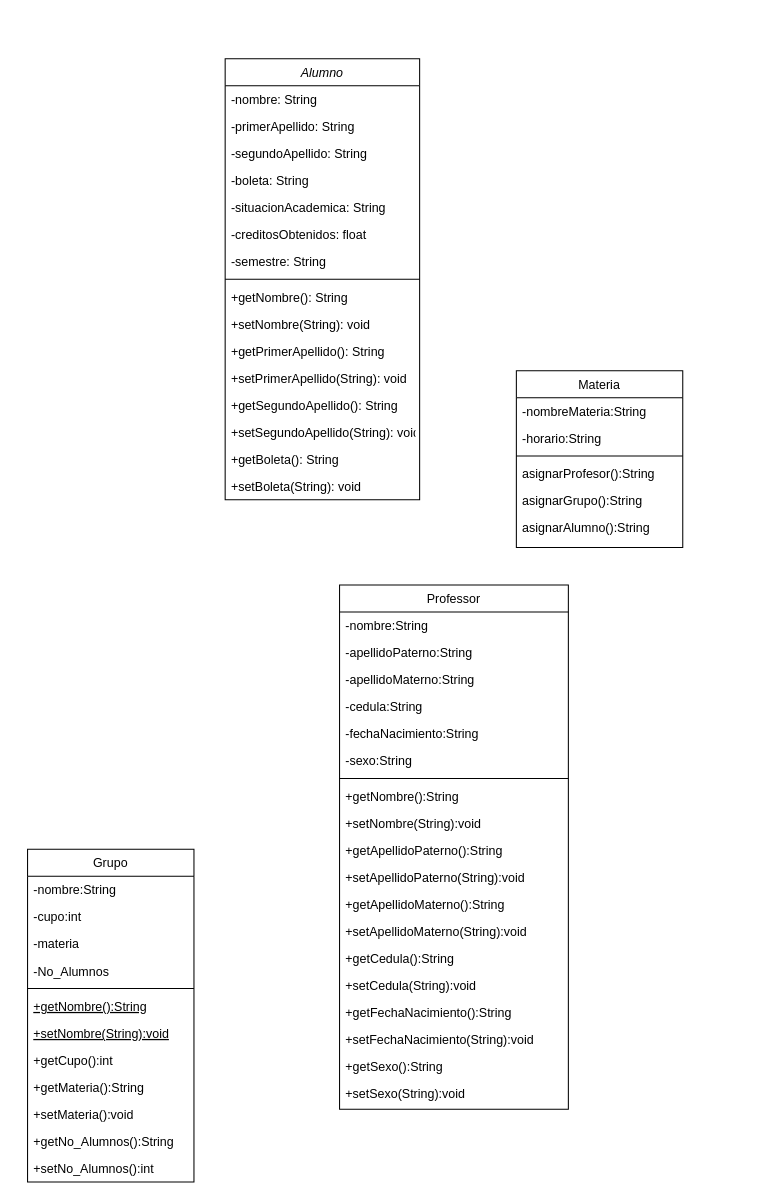
Earlier version of the draw.io diagram diagramaPrincipal.drawio (a2772/J-001-ProyectosCurso). Source tidied: cells renumbered, new cells numbered last; positions are measured from the earlier drawing's top-left corner, leaving out a move shared by most shapes. Both pictures are drawn from the tidied source at 104%, with x=0, y=0 at pixel (27, 58).
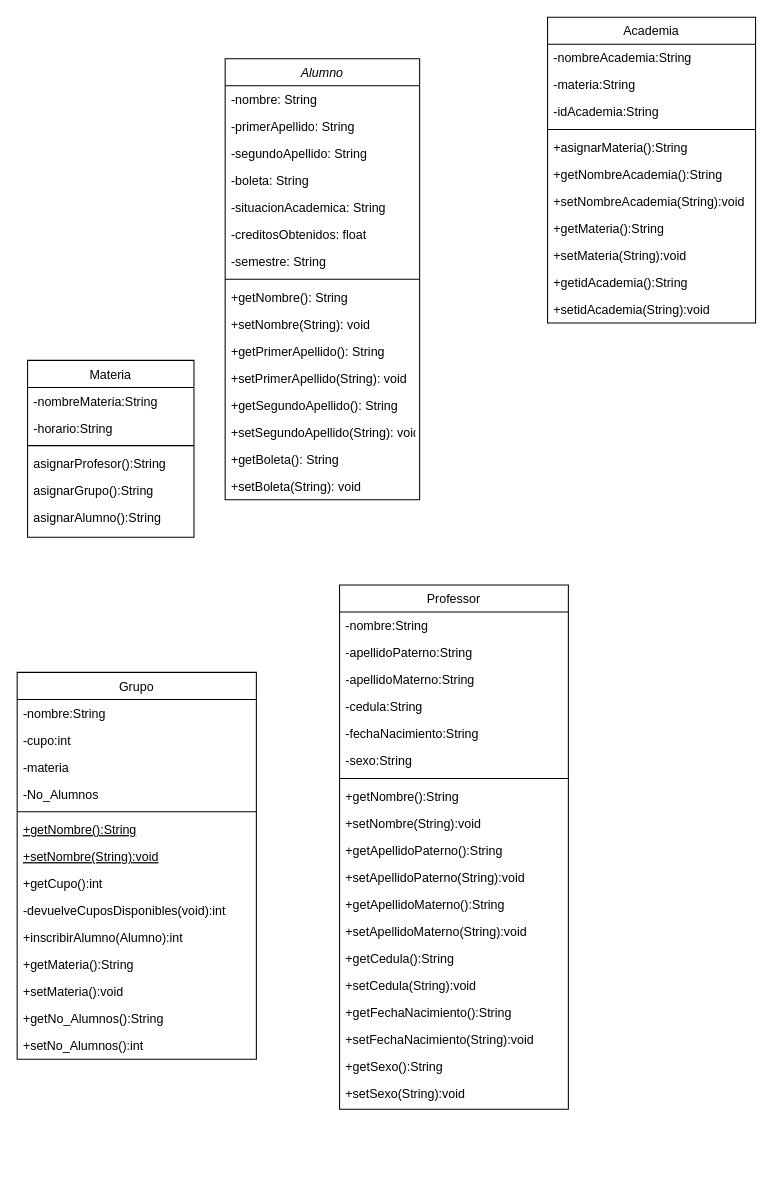
The same page after the edit.

Change to the diagram source:
```diff
@@
     <mxCell id="19" value="Grupo" style="swimlane;fontStyle=0;align=center;verticalAlign=top;horizontal=1;startSize=26;rounded=0;shadow=0;strokeWidth=1;" parent="1" vertex="1">
-      <mxGeometry y="760" width="160" height="320" as="geometry" />
+      <mxGeometry x="-10" y="590" width="230" height="372" as="geometry" />
     </mxCell>
     <mxCell id="20" value="-nombre:String" style="text;align=left;verticalAlign=top;spacingLeft=4;spacingRight=4;overflow=hidden;rounded=0;shadow=0;html=0;" parent="19" vertex="1">
-      <mxGeometry y="26" width="160" height="26" as="geometry" />
+      <mxGeometry y="26" width="230" height="26" as="geometry" />
     </mxCell>
     <mxCell id="21" value="-cupo:int" style="text;align=left;verticalAlign=top;spacingLeft=4;spacingRight=4;overflow=hidden;" parent="19" vertex="1">
-      <mxGeometry y="52" width="160" height="26" as="geometry" />
+      <mxGeometry y="52" width="230" height="26" as="geometry" />
     </mxCell>
     <mxCell id="22" value="-materia" style="text;align=left;verticalAlign=top;spacingLeft=4;spacingRight=4;overflow=hidden;rounded=0;shadow=0;html=0;" parent="19" vertex="1">
-      <mxGeometry y="78" width="160" height="26" as="geometry" />
+      <mxGeometry y="78" width="230" height="26" as="geometry" />
     </mxCell>
     <mxCell id="23" value="-No_Alumnos" style="text;align=left;verticalAlign=top;spacingLeft=4;spacingRight=4;overflow=hidden;rounded=0;shadow=0;html=0;" parent="19" vertex="1">
-      <mxGeometry y="104" width="160" height="26" as="geometry" />
+      <mxGeometry y="104" width="230" height="26" as="geometry" />
     </mxCell>
     <mxCell id="24" style="line;html=1;strokeWidth=1;align=left;verticalAlign=middle;spacingTop=-1;spacingLeft=3;spacingRight=3;labelPosition=right;" parent="19" vertex="1">
-      <mxGeometry y="130" width="160" height="8" as="geometry" />
+      <mxGeometry y="130" width="230" height="8" as="geometry" />
     </mxCell>
     <mxCell id="25" value="+getNombre():String" style="text;align=left;verticalAlign=top;spacingLeft=4;spacingRight=4;overflow=hidden;fontStyle=4;" parent="19" vertex="1">
-      <mxGeometry y="138" width="160" height="26" as="geometry" />
+      <mxGeometry y="138" width="230" height="26" as="geometry" />
     </mxCell>
     <mxCell id="26" value="+setNombre(String):void" style="text;align=left;verticalAlign=top;spacingLeft=4;spacingRight=4;overflow=hidden;fontStyle=4;" parent="19" vertex="1">
-      <mxGeometry y="164" width="160" height="26" as="geometry" />
+      <mxGeometry y="164" width="230" height="26" as="geometry" />
     </mxCell>
     <mxCell id="27" value="+getCupo():int" style="text;align=left;verticalAlign=top;spacingLeft=4;spacingRight=4;overflow=hidden;" parent="19" vertex="1">
-      <mxGeometry y="190" width="160" height="26" as="geometry" />
+      <mxGeometry y="190" width="230" height="26" as="geometry" />
     </mxCell>
+    <mxCell id="59" value="-devuelveCuposDisponibles(void):int" style="text;align=left;verticalAlign=top;spacingLeft=4;spacingRight=4;overflow=hidden;" parent="19" vertex="1">
+      <mxGeometry y="216" width="230" height="26" as="geometry" />
+    </mxCell>
+    <mxCell id="60" value="+inscribirAlumno(Alumno):int" style="text;align=left;verticalAlign=top;spacingLeft=4;spacingRight=4;overflow=hidden;" parent="19" vertex="1">
+      <mxGeometry y="242" width="230" height="26" as="geometry" />
+    </mxCell>
     <mxCell id="28" value="+getMateria():String" style="text;align=left;verticalAlign=top;spacingLeft=4;spacingRight=4;overflow=hidden;" parent="19" vertex="1">
-      <mxGeometry y="216" width="160" height="26" as="geometry" />
+      <mxGeometry y="268" width="230" height="26" as="geometry" />
     </mxCell>
     <mxCell id="29" value="+setMateria():void" style="text;align=left;verticalAlign=top;spacingLeft=4;spacingRight=4;overflow=hidden;" parent="19" vertex="1">
-      <mxGeometry y="242" width="160" height="26" as="geometry" />
+      <mxGeometry y="294" width="230" height="26" as="geometry" />
     </mxCell>
     <mxCell id="30" value="+getNo_Alumnos():String" style="text;align=left;verticalAlign=top;spacingLeft=4;spacingRight=4;overflow=hidden;" parent="19" vertex="1">
-      <mxGeometry y="268" width="160" height="26" as="geometry" />
+      <mxGeometry y="320" width="230" height="26" as="geometry" />
     </mxCell>
     <mxCell id="31" value="+setNo_Alumnos():int" style="text;align=left;verticalAlign=top;spacingLeft=4;spacingRight=4;overflow=hidden;" parent="19" vertex="1">
-      <mxGeometry y="294" width="160" height="26" as="geometry" />
+      <mxGeometry y="346" width="230" height="26" as="geometry" />
     </mxCell>
@@
     <mxCell id="52" value="Materia" style="swimlane;fontStyle=0;align=center;verticalAlign=top;horizontal=1;startSize=26;rounded=0;shadow=0;strokeWidth=1;" parent="1" vertex="1">
-      <mxGeometry x="470" y="300" width="160" height="170" as="geometry" />
+      <mxGeometry y="290" width="160" height="170" as="geometry" />
     </mxCell>
@@
+    <mxCell id="61" value="Academia" style="swimlane;fontStyle=0;align=center;verticalAlign=top;horizontal=1;startSize=26;rounded=0;shadow=0;strokeWidth=1;" parent="1" vertex="1">
+      <mxGeometry x="500" y="-40" width="200" height="294" as="geometry" />
+    </mxCell>
+    <mxCell id="62" value="-nombreAcademia:String" style="text;align=left;verticalAlign=top;spacingLeft=4;spacingRight=4;overflow=hidden;" parent="61" vertex="1">
+      <mxGeometry y="26" width="200" height="26" as="geometry" />
+    </mxCell>
+    <mxCell id="63" value="-materia:String" style="text;align=left;verticalAlign=top;spacingLeft=4;spacingRight=4;overflow=hidden;rounded=0;shadow=0;html=0;" parent="61" vertex="1">
+      <mxGeometry y="52" width="200" height="26" as="geometry" />
+    </mxCell>
+    <mxCell id="64" value="-idAcademia:String" style="text;align=left;verticalAlign=top;spacingLeft=4;spacingRight=4;overflow=hidden;rounded=0;shadow=0;html=0;" parent="61" vertex="1">
+      <mxGeometry y="78" width="200" height="26" as="geometry" />
+    </mxCell>
+    <mxCell id="65" style="line;html=1;strokeWidth=1;align=left;verticalAlign=middle;spacingTop=-1;spacingLeft=3;spacingRight=3;labelPosition=right;" parent="61" vertex="1">
+      <mxGeometry y="104" width="200" height="8" as="geometry" />
+    </mxCell>
+    <mxCell id="66" value="+asignarMateria():String" style="text;align=left;verticalAlign=top;spacingLeft=4;spacingRight=4;overflow=hidden;" parent="61" vertex="1">
+      <mxGeometry y="112" width="200" height="26" as="geometry" />
+    </mxCell>
+    <mxCell id="67" value="+getNombreAcademia():String&#10;" style="text;align=left;verticalAlign=top;spacingLeft=4;spacingRight=4;overflow=hidden;" parent="61" vertex="1">
+      <mxGeometry y="138" width="200" height="26" as="geometry" />
+    </mxCell>
+    <mxCell id="68" value="+setNombreAcademia(String):void" style="text;align=left;verticalAlign=top;spacingLeft=4;spacingRight=4;overflow=hidden;" parent="61" vertex="1">
+      <mxGeometry y="164" width="200" height="26" as="geometry" />
+    </mxCell>
+    <mxCell id="69" value="+getMateria():String&#10;" style="text;align=left;verticalAlign=top;spacingLeft=4;spacingRight=4;overflow=hidden;" parent="61" vertex="1">
+      <mxGeometry y="190" width="200" height="26" as="geometry" />
+    </mxCell>
+    <mxCell id="70" value="+setMateria(String):void" style="text;align=left;verticalAlign=top;spacingLeft=4;spacingRight=4;overflow=hidden;" parent="61" vertex="1">
+      <mxGeometry y="216" width="200" height="26" as="geometry" />
+    </mxCell>
+    <mxCell id="71" value="+getidAcademia():String&#10;" style="text;align=left;verticalAlign=top;spacingLeft=4;spacingRight=4;overflow=hidden;" parent="61" vertex="1">
+      <mxGeometry y="242" width="200" height="26" as="geometry" />
+    </mxCell>
+    <mxCell id="72" value="+setidAcademia(String):void" style="text;align=left;verticalAlign=top;spacingLeft=4;spacingRight=4;overflow=hidden;" parent="61" vertex="1">
+      <mxGeometry y="268" width="200" height="26" as="geometry" />
+    </mxCell>
```
